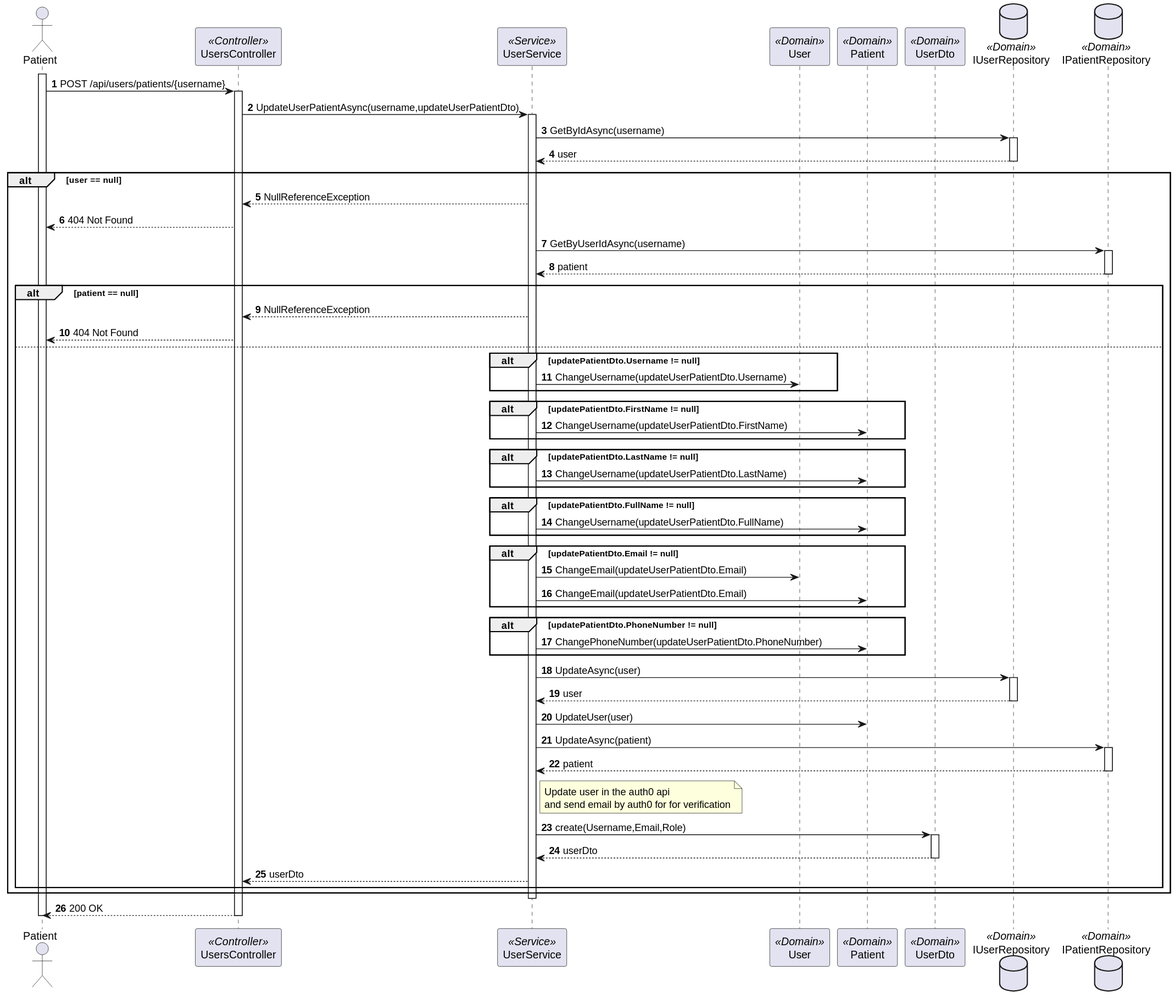
Above: docs/sprint-a/us-5.1.4/views/level3/process-view-2.svg in 1220846/sem5pi-24-25-3ddg20 (PlantUML), before the change.
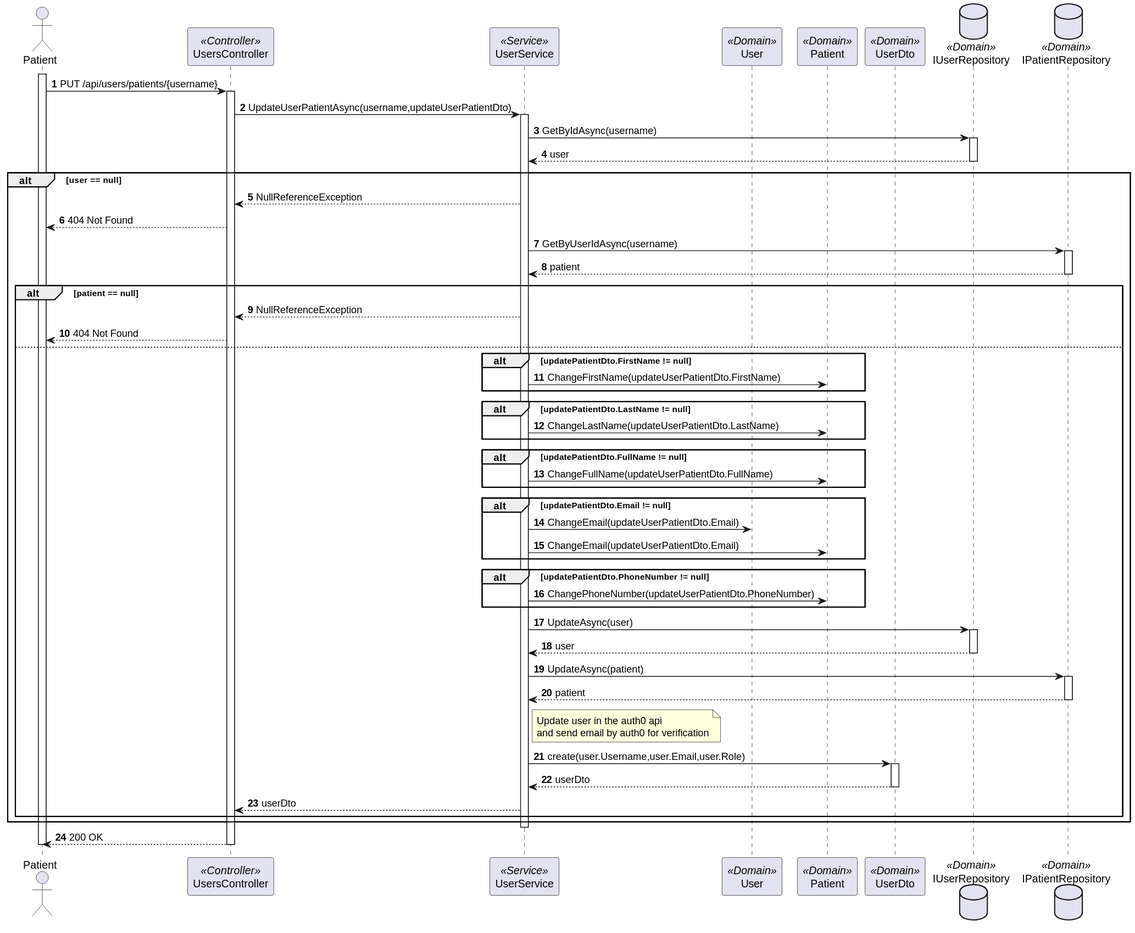
The same diagram one commit later.

Diff of the diagram source:
```diff
@@ -12,7 +12,7 @@
 
 activate PatientActor
 
-    PatientActor-> Controller : POST /api/users/patients/{username}
+    PatientActor-> Controller : PUT /api/users/patients/{username}
 
     activate Controller
 
@@ -50,20 +50,16 @@
 
             else
 
-                alt  updatePatientDto.Username != null
-                    Service -> User : ChangeUsername(updateUserPatientDto.Username)
-                end
-
                 alt  updatePatientDto.FirstName != null
-                    Service -> Patient : ChangeUsername(updateUserPatientDto.FirstName)
+                    Service -> Patient : ChangeFirstName(updateUserPatientDto.FirstName)
                 end
 
                 alt  updatePatientDto.LastName != null
-                    Service -> Patient : ChangeUsername(updateUserPatientDto.LastName)
+                    Service -> Patient : ChangeLastName(updateUserPatientDto.LastName)
                 end
 
                 alt  updatePatientDto.FullName != null
-                    Service -> Patient : ChangeUsername(updateUserPatientDto.FullName)
+                    Service -> Patient : ChangeFullName(updateUserPatientDto.FullName)
                 end
 
                 alt  updatePatientDto.Email != null
@@ -83,8 +79,6 @@
 
                 deactivate UserRepository
 
-                Service -> Patient : UpdateUser(user)
-
                 Service -> PatientRepository : UpdateAsync(patient)
 
                 activate PatientRepository
@@ -93,9 +87,9 @@
 
                 deactivate PatientRepository
 
-                Note  right of Service: Update user in the auth0 api \nand send email by auth0 for for verification
+                Note  right of Service: Update user in the auth0 api \nand send email by auth0 for verification
 
-                Service -> UserDto : create(Username,Email,Role)
+                Service -> UserDto : create(user.Username,user.Email,user.Role)
 
                 activate UserDto
 
```
